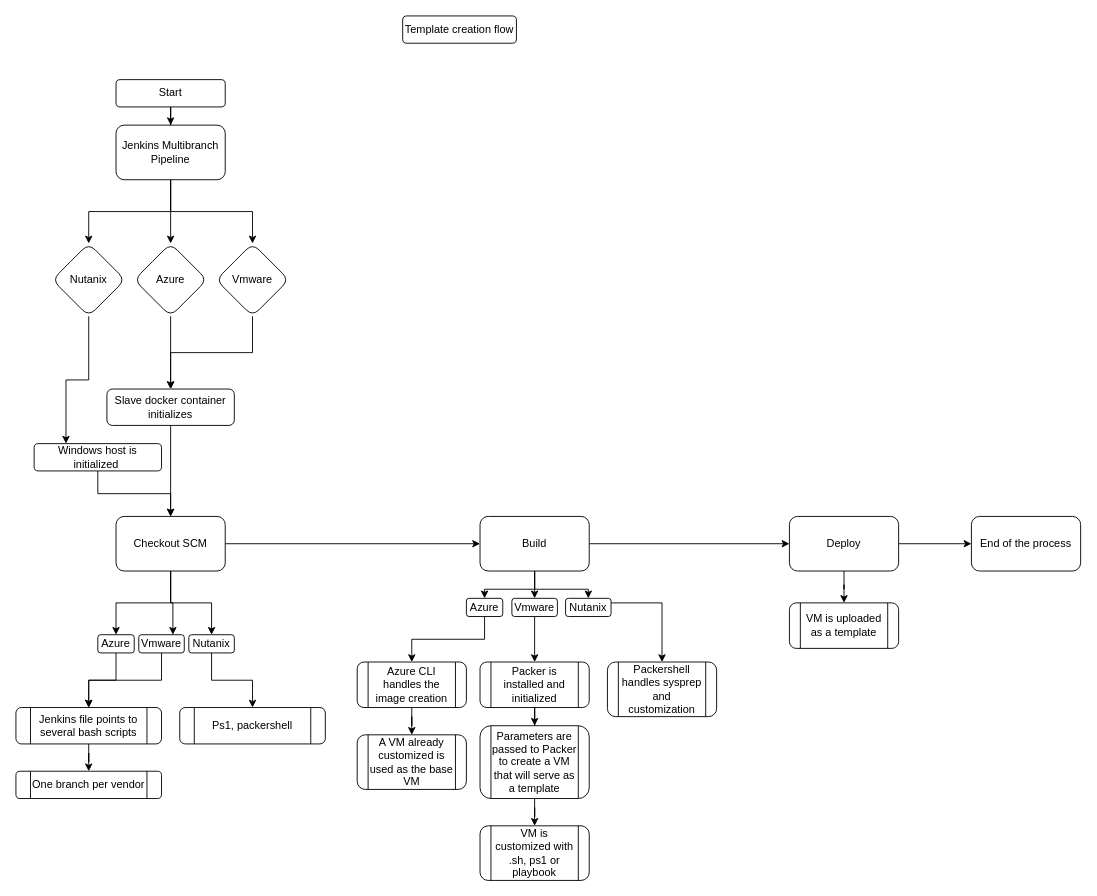
Before: Untitled Diagram.drawio in andreypicado506/software, a draw.io diagram. Source tidied: cells renumbered, new cells numbered last; positions are measured from the earlier drawing's top-left corner, leaving out a move shared by most shapes. Both pictures are drawn from the tidied source at 91%, with x=0, y=0 at pixel (15, 15).
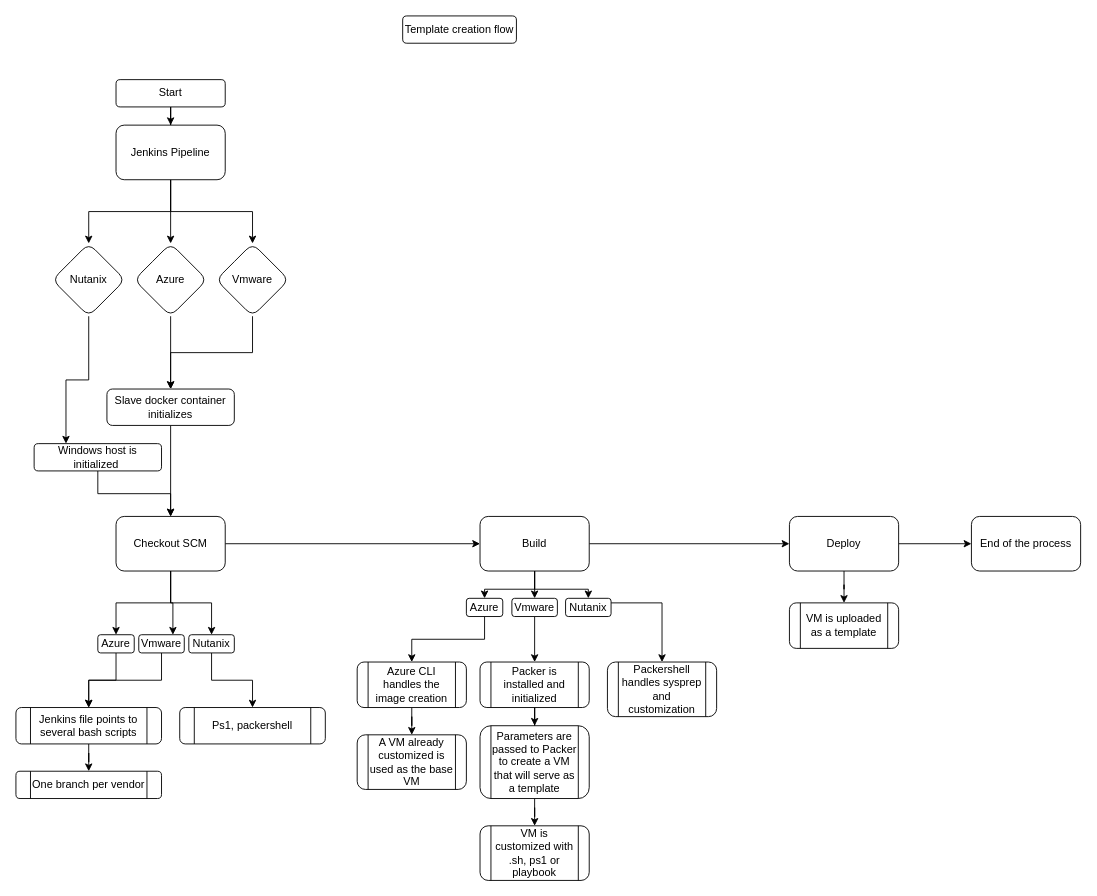
After the change.

Diff of the diagram source:
```diff
@@
-    <mxCell id="8" value="Jenkins Multibranch Pipeline" style="whiteSpace=wrap;html=1;rounded=1;" parent="1" vertex="1">
+    <mxCell id="8" value="Jenkins Pipeline" style="whiteSpace=wrap;html=1;rounded=1;" parent="1" vertex="1">
       <mxGeometry x="110" y="120" width="120" height="60" as="geometry" />
     </mxCell>
```
